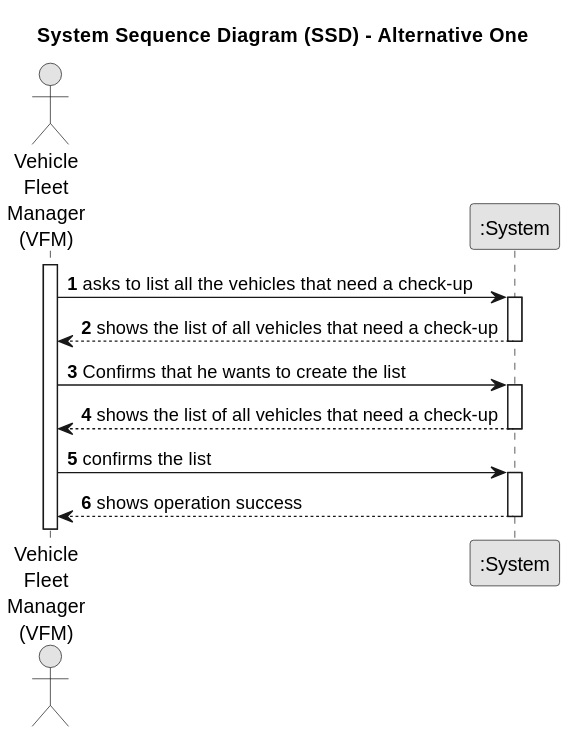
The PlantUML diagram docs/sprintA/us008/01.requirements-engineering/svg/us008-system-sequence-diagram-alternative-one.svg in diogoveirospro/lei-24-s2-1dg-g072, before a commit.
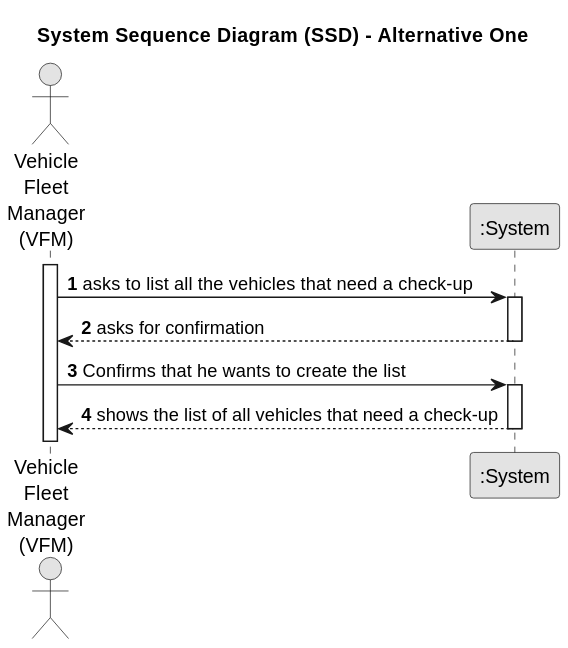
Later version of the same file.

Change to the diagram source:
```diff
@@ -15,16 +15,12 @@
     Employee -> System : asks to list all the vehicles that need a check-up
     activate System
 
-        System --> Employee : shows the list of all vehicles that need a check-up
+        System --> Employee : asks for confirmation
     deactivate System
     Employee -> System : Confirms that he wants to create the list
         activate System
 
             System --> Employee : shows the list of all vehicles that need a check-up
         deactivate System
-    Employee -> System : confirms the list
-    activate System
 
-        System --> Employee : shows operation success
-    deactivate System
 @enduml
```
